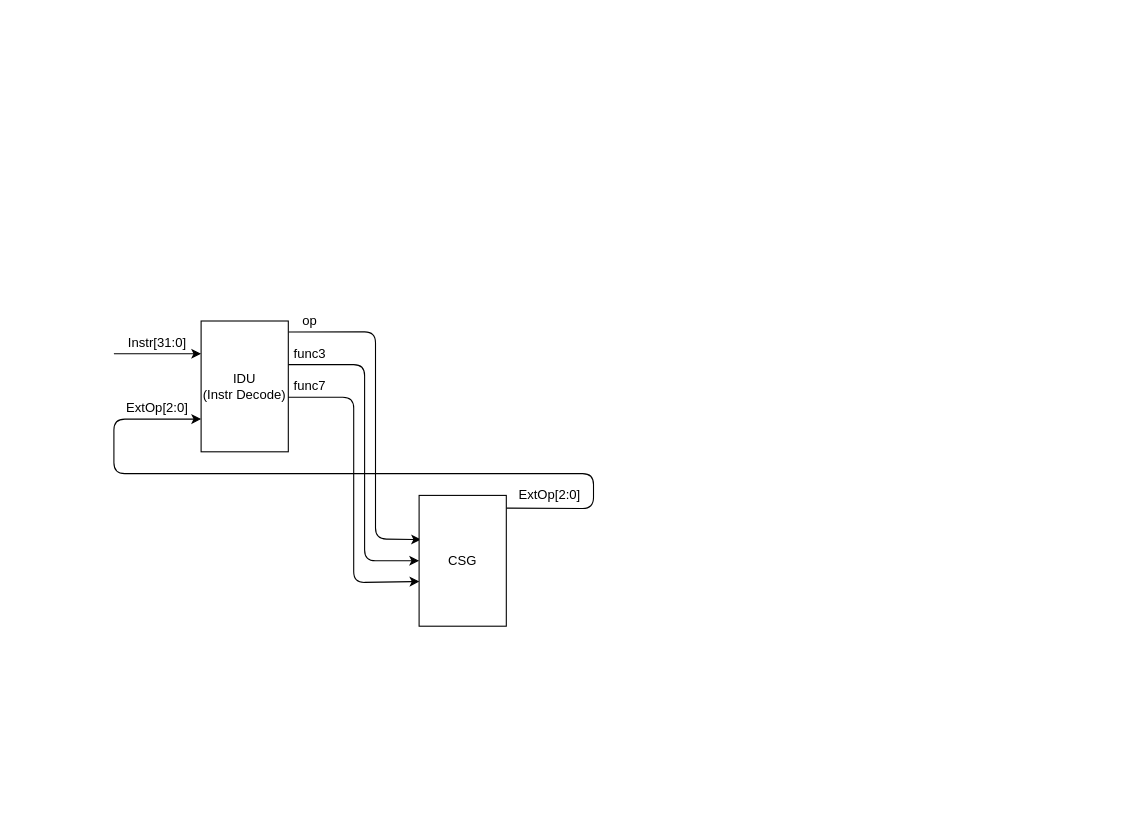
yHan234/ysyx-workbench keeps this draw.io diagram as npc/ArchGraph/arch.dio. Above is the earlier version. Source tidied: cells renumbered, new cells numbered last; positions are measured from the earlier drawing's top-left corner, leaving out a move shared by most shapes. Both pictures are drawn from the tidied source at 109%, with x=0, y=0 at pixel (113, 310).
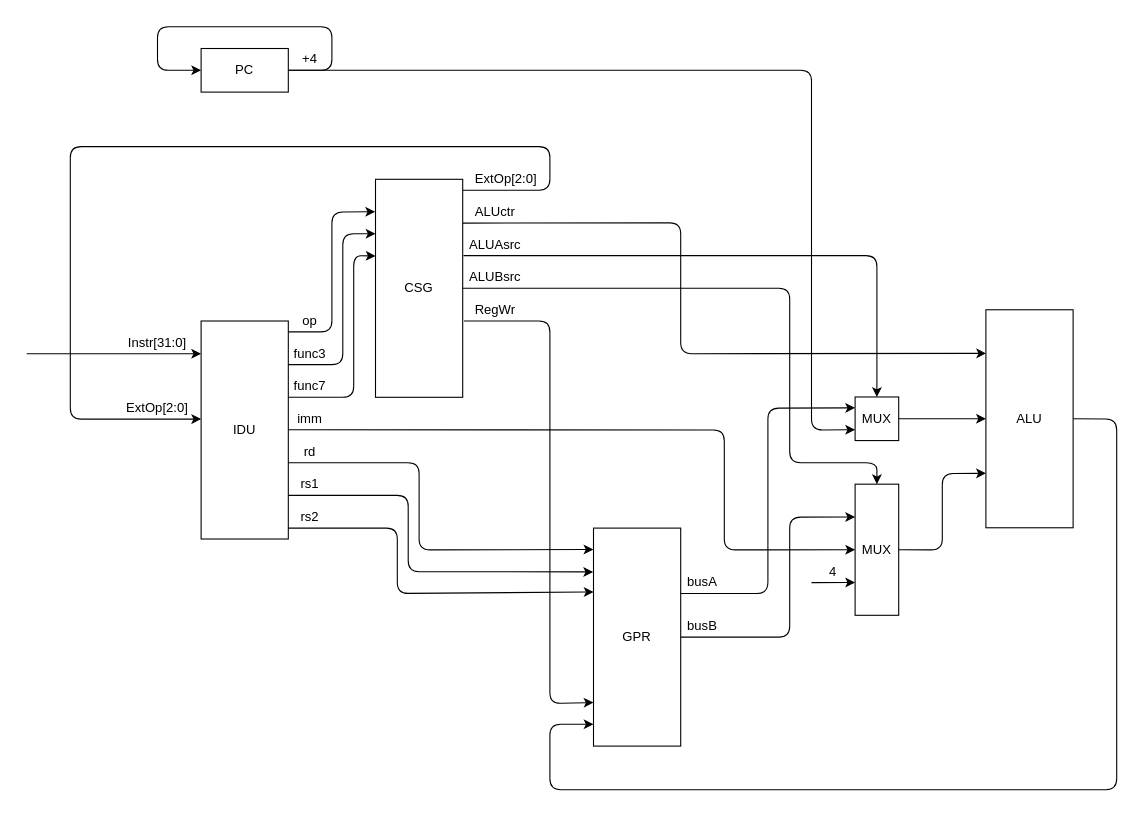
Above is the later version.

Unchanged cells that the change refers to:
```xml
<mxCell id="4" value="Instr[31:0]" style="text;html=1;strokeColor=none;fillColor=none;align=center;verticalAlign=middle;whiteSpace=wrap;rounded=0;" parent="1" vertex="1">
  <mxGeometry y="20" width="80" height="20" as="geometry" />
</mxCell>
<mxCell id="6" value="ExtOp[2:0]" style="text;html=1;strokeColor=none;fillColor=none;align=center;verticalAlign=middle;whiteSpace=wrap;rounded=0;" parent="1" vertex="1">
  <mxGeometry y="80" width="80" height="20" as="geometry" />
</mxCell>
<mxCell id="8" value="op" style="text;html=1;strokeColor=none;fillColor=none;align=center;verticalAlign=middle;whiteSpace=wrap;rounded=0;" parent="1" vertex="1">
  <mxGeometry x="160" width="40" height="20" as="geometry" />
</mxCell>
<mxCell id="10" value="func3" style="text;html=1;strokeColor=none;fillColor=none;align=center;verticalAlign=middle;whiteSpace=wrap;rounded=0;" parent="1" vertex="1">
  <mxGeometry x="160" y="30" width="40" height="20" as="geometry" />
</mxCell>
<mxCell id="12" value="func7" style="text;html=1;strokeColor=none;fillColor=none;align=center;verticalAlign=middle;whiteSpace=wrap;rounded=0;" parent="1" vertex="1">
  <mxGeometry x="160" y="60" width="40" height="20" as="geometry" />
</mxCell>
```

Change to the diagram source:
```diff
@@
-    <mxCell id="2" value="IDU&lt;br&gt;(Instr Decode)" style="rounded=0;whiteSpace=wrap;html=1;" parent="1" vertex="1">
-      <mxGeometry x="80" y="10" width="80" height="120" as="geometry" />
+    <mxCell id="2" value="IDU" style="rounded=0;whiteSpace=wrap;html=1;" parent="1" vertex="1">
+      <mxGeometry x="80" y="10" width="80" height="200" as="geometry" />
     </mxCell>
-    <mxCell id="3" style="endArrow=classic;html=1;entryX=0;entryY=0.25;entryDx=0;entryDy=0;" parent="1" edge="1" target="2">
+    <mxCell id="3" style="endArrow=classic;html=1;entryX=1;entryY=1;entryDx=0;entryDy=0;" parent="1" edge="1" target="4">
       <mxGeometry relative="1" as="geometry">
-        <mxPoint y="40" as="sourcePoint" />
+        <mxPoint x="-80" y="40" as="sourcePoint" />
       </mxGeometry>
     </mxCell>
@@
-    <mxCell id="5" style="endArrow=classic;html=1;entryX=0;entryY=0.25;entryDx=0;entryDy=0;exitX=1;exitY=0.097;exitDx=0;exitDy=0;exitPerimeter=0;" parent="1" edge="1" source="13">
+    <mxCell id="5" style="endArrow=classic;html=1;exitX=0;exitY=1;exitDx=0;exitDy=0;entryX=1;entryY=1;entryDx=0;entryDy=0;" parent="1" edge="1" source="14" target="6">
       <mxGeometry relative="1" as="geometry">
-        <mxPoint x="80" y="100" as="targetPoint" />
         <Array as="points">
-          <mxPoint x="440" y="182" />
-          <mxPoint x="440" y="150" />
-          <mxPoint y="150" />
-          <mxPoint y="100" />
+          <mxPoint x="400" y="-110" />
+          <mxPoint x="400" y="-150" />
+          <mxPoint x="-40" y="-150" />
+          <mxPoint x="-40" y="100" />
         </Array>
       </mxGeometry>
     </mxCell>
@@
-    <mxCell id="7" style="endArrow=classic;html=1;exitX=1.004;exitY=0.084;exitDx=0;exitDy=0;exitPerimeter=0;entryX=0.022;entryY=0.338;entryDx=0;entryDy=0;entryPerimeter=0;" parent="1" edge="1" source="2" target="13">
+    <mxCell id="7" style="endArrow=classic;html=1;exitX=0;exitY=1;exitDx=0;exitDy=0;entryX=-0.004;entryY=0.149;entryDx=0;entryDy=0;entryPerimeter=0;" parent="1" edge="1" source="8" target="13">
       <mxGeometry relative="1" as="geometry">
         <Array as="points">
-          <mxPoint x="240" y="20" />
-          <mxPoint x="240" y="210" />
+          <mxPoint x="200" y="20" />
+          <mxPoint x="200" y="-90" />
         </Array>
       </mxGeometry>
     </mxCell>
@@
-    <mxCell id="9" style="endArrow=classic;html=1;entryX=0;entryY=0.5;entryDx=0;entryDy=0;" parent="1" edge="1" target="13">
+    <mxCell id="9" style="endArrow=classic;html=1;entryX=0;entryY=0.25;entryDx=0;entryDy=0;exitX=0;exitY=1;exitDx=0;exitDy=0;" parent="1" edge="1" source="10" target="13">
       <mxGeometry relative="1" as="geometry">
-        <mxPoint x="160" y="50" as="sourcePoint" />
         <Array as="points">
-          <mxPoint x="230" y="50" />
-          <mxPoint x="230" y="230" />
+          <mxPoint x="210" y="50" />
+          <mxPoint x="210" y="-70" />
         </Array>
       </mxGeometry>
     </mxCell>
@@
-    <mxCell id="11" style="endArrow=classic;html=1;entryX=0.003;entryY=0.658;entryDx=0;entryDy=0;entryPerimeter=0;" parent="1" edge="1" target="13">
+    <mxCell id="11" style="endArrow=classic;html=1;entryX=0.001;entryY=0.352;entryDx=0;entryDy=0;entryPerimeter=0;exitX=0;exitY=1;exitDx=0;exitDy=0;" parent="1" edge="1" source="12" target="13">
       <mxGeometry relative="1" as="geometry">
-        <mxPoint x="160" y="80" as="sourcePoint" />
         <Array as="points">
           <mxPoint x="220" y="80" />
-          <mxPoint x="220" y="250" />
+          <mxPoint x="220" y="-50" />
         </Array>
       </mxGeometry>
     </mxCell>
@@
     <mxCell id="13" value="CSG" style="rounded=0;whiteSpace=wrap;html=1;" parent="1" vertex="1">
-      <mxGeometry x="280" y="170" width="80" height="120" as="geometry" />
+      <mxGeometry x="240" y="-120" width="80" height="200" as="geometry" />
     </mxCell>
     <mxCell id="14" value="ExtOp[2:0]" style="text;html=1;strokeColor=none;fillColor=none;align=center;verticalAlign=middle;whiteSpace=wrap;rounded=0;" parent="1" vertex="1">
-      <mxGeometry x="360" y="160" width="80" height="20" as="geometry" />
+      <mxGeometry x="320" y="-130" width="80" height="20" as="geometry" />
     </mxCell>
+    <mxCell id="15" style="endArrow=classic;html=1;exitX=1;exitY=0.5;exitDx=0;exitDy=0;entryX=-0.001;entryY=0.098;entryDx=0;entryDy=0;entryPerimeter=0;" parent="1" edge="1" target="30">
+      <mxGeometry relative="1" as="geometry">
+        <mxPoint x="160" y="140" as="sourcePoint" />
+        <Array as="points">
+          <mxPoint x="280" y="140" />
+          <mxPoint x="280" y="220" />
+        </Array>
+      </mxGeometry>
+    </mxCell>
+    <mxCell id="16" value="rd" style="text;html=1;strokeColor=none;fillColor=none;align=center;verticalAlign=middle;whiteSpace=wrap;rounded=0;" parent="1" vertex="1">
+      <mxGeometry x="160" y="120" width="40" height="20" as="geometry" />
+    </mxCell>
+    <mxCell id="17" style="endArrow=classic;html=1;exitX=0;exitY=1;exitDx=0;exitDy=0;entryX=-0.004;entryY=0.201;entryDx=0;entryDy=0;entryPerimeter=0;" parent="1" edge="1" source="18" target="30">
+      <mxGeometry relative="1" as="geometry">
+        <Array as="points">
+          <mxPoint x="270" y="170" />
+          <mxPoint x="270" y="240" />
+        </Array>
+      </mxGeometry>
+    </mxCell>
+    <mxCell id="18" value="rs1" style="text;html=1;strokeColor=none;fillColor=none;align=center;verticalAlign=middle;whiteSpace=wrap;rounded=0;" parent="1" vertex="1">
+      <mxGeometry x="160" y="150" width="40" height="20" as="geometry" />
+    </mxCell>
+    <mxCell id="19" style="endArrow=classic;html=1;exitX=0;exitY=1;exitDx=0;exitDy=0;entryX=0.001;entryY=0.293;entryDx=0;entryDy=0;entryPerimeter=0;" parent="1" edge="1" source="20" target="30">
+      <mxGeometry relative="1" as="geometry">
+        <Array as="points">
+          <mxPoint x="260" y="200" />
+          <mxPoint x="260" y="260" />
+        </Array>
+      </mxGeometry>
+    </mxCell>
+    <mxCell id="20" value="rs2" style="text;html=1;strokeColor=none;fillColor=none;align=center;verticalAlign=middle;whiteSpace=wrap;rounded=0;" parent="1" vertex="1">
+      <mxGeometry x="160" y="180" width="40" height="20" as="geometry" />
+    </mxCell>
+    <mxCell id="21" style="endArrow=classic;html=1;exitX=0;exitY=1;exitDx=0;exitDy=0;entryX=0;entryY=0.5;entryDx=0;entryDy=0;" parent="1" edge="1" source="22" target="38">
+      <mxGeometry relative="1" as="geometry">
+        <Array as="points">
+          <mxPoint x="560" y="110" />
+          <mxPoint x="560" y="220" />
+        </Array>
+      </mxGeometry>
+    </mxCell>
+    <mxCell id="22" value="imm" style="text;html=1;strokeColor=none;fillColor=none;align=center;verticalAlign=middle;whiteSpace=wrap;rounded=0;" parent="1" vertex="1">
+      <mxGeometry x="160" y="89.7" width="40" height="20" as="geometry" />
+    </mxCell>
+    <mxCell id="23" value="PC" style="rounded=0;whiteSpace=wrap;html=1;" parent="1" vertex="1">
+      <mxGeometry x="80" y="-240" width="80" height="40" as="geometry" />
+    </mxCell>
+    <mxCell id="24" style="endArrow=classic;html=1;exitX=1;exitY=0.5;exitDx=0;exitDy=0;entryX=0;entryY=0.5;entryDx=0;entryDy=0;" parent="1" edge="1" source="23" target="23">
+      <mxGeometry relative="1" as="geometry">
+        <Array as="points">
+          <mxPoint x="200" y="-220" />
+          <mxPoint x="200" y="-260" />
+          <mxPoint x="40" y="-260" />
+          <mxPoint x="40" y="-220" />
+        </Array>
+      </mxGeometry>
+    </mxCell>
+    <mxCell id="25" value="+4" style="text;html=1;strokeColor=none;fillColor=none;align=center;verticalAlign=middle;whiteSpace=wrap;rounded=0;" parent="1" vertex="1">
+      <mxGeometry x="160" y="-240" width="40" height="20" as="geometry" />
+    </mxCell>
+    <mxCell id="26" value="ALU" style="rounded=0;whiteSpace=wrap;html=1;" parent="1" vertex="1">
+      <mxGeometry x="800" y="-0.3" width="80" height="200" as="geometry" />
+    </mxCell>
+    <mxCell id="27" style="endArrow=classic;html=1;exitX=1.001;exitY=0.201;exitDx=0;exitDy=0;exitPerimeter=0;entryX=0.002;entryY=0.2;entryDx=0;entryDy=0;entryPerimeter=0;" parent="1" edge="1" source="13" target="26">
+      <mxGeometry relative="1" as="geometry">
+        <Array as="points">
+          <mxPoint x="520" y="-80" />
+          <mxPoint x="520" y="40" />
+        </Array>
+      </mxGeometry>
+    </mxCell>
+    <mxCell id="28" value="ALUctr" style="text;html=1;strokeColor=none;fillColor=none;align=center;verticalAlign=middle;whiteSpace=wrap;rounded=0;" parent="1" vertex="1">
+      <mxGeometry x="320" y="-100" width="60" height="20" as="geometry" />
+    </mxCell>
+    <mxCell id="29" value="MUX" style="rounded=0;whiteSpace=wrap;html=1;" parent="1" vertex="1">
+      <mxGeometry x="680" y="79.7" width="40" height="40" as="geometry" />
+    </mxCell>
+    <mxCell id="30" value="GPR" style="rounded=0;whiteSpace=wrap;html=1;" parent="1" vertex="1">
+      <mxGeometry x="440" y="200" width="80" height="200" as="geometry" />
+    </mxCell>
+    <mxCell id="31" style="endArrow=classic;html=1;exitX=0;exitY=1;exitDx=0;exitDy=0;entryX=0;entryY=0.25;entryDx=0;entryDy=0;" parent="1" edge="1" source="32" target="29">
+      <mxGeometry relative="1" as="geometry">
+        <Array as="points">
+          <mxPoint x="600" y="260" />
+          <mxPoint x="600" y="90" />
+        </Array>
+      </mxGeometry>
+    </mxCell>
+    <mxCell id="32" value="busA" style="text;html=1;strokeColor=none;fillColor=none;align=center;verticalAlign=middle;whiteSpace=wrap;rounded=0;" parent="1" vertex="1">
+      <mxGeometry x="520" y="240" width="40" height="20" as="geometry" />
+    </mxCell>
+    <mxCell id="33" style="endArrow=classic;html=1;exitX=0;exitY=1;exitDx=0;exitDy=0;entryX=0;entryY=0.75;entryDx=0;entryDy=0;" parent="1" edge="1" source="25" target="29">
+      <mxGeometry relative="1" as="geometry">
+        <Array as="points">
+          <mxPoint x="640" y="-220" />
+          <mxPoint x="640" y="110" />
+        </Array>
+      </mxGeometry>
+    </mxCell>
+    <mxCell id="34" style="endArrow=classic;html=1;entryX=0;entryY=0.5;entryDx=0;entryDy=0;exitX=1;exitY=0.5;exitDx=0;exitDy=0;" parent="1" edge="1" source="29" target="26">
+      <mxGeometry relative="1" as="geometry" />
+    </mxCell>
+    <mxCell id="35" style="endArrow=classic;html=1;exitX=1.009;exitY=0.35;exitDx=0;exitDy=0;exitPerimeter=0;entryX=0.5;entryY=0;entryDx=0;entryDy=0;" parent="1" edge="1" source="13" target="29">
+      <mxGeometry relative="1" as="geometry">
+        <Array as="points">
+          <mxPoint x="700" y="-50" />
+        </Array>
+      </mxGeometry>
+    </mxCell>
+    <mxCell id="36" value="ALUAsrc" style="text;html=1;strokeColor=none;fillColor=none;align=center;verticalAlign=middle;whiteSpace=wrap;rounded=0;" parent="1" vertex="1">
+      <mxGeometry x="320" y="-70" width="60" height="20" as="geometry" />
+    </mxCell>
+    <mxCell id="37" style="endArrow=classic;html=1;exitX=1;exitY=0.5;exitDx=0;exitDy=0;entryX=0;entryY=0.25;entryDx=0;entryDy=0;" parent="1" edge="1" source="30" target="38">
+      <mxGeometry relative="1" as="geometry">
+        <Array as="points">
+          <mxPoint x="620" y="300" />
+          <mxPoint x="620" y="190" />
+        </Array>
+      </mxGeometry>
+    </mxCell>
+    <mxCell id="38" value="MUX" style="rounded=0;whiteSpace=wrap;html=1;" parent="1" vertex="1">
+      <mxGeometry x="680" y="159.7" width="40" height="120.3" as="geometry" />
+    </mxCell>
+    <mxCell id="39" value="busB" style="text;html=1;strokeColor=none;fillColor=none;align=center;verticalAlign=middle;whiteSpace=wrap;rounded=0;" parent="1" vertex="1">
+      <mxGeometry x="520" y="280" width="40" height="20" as="geometry" />
+    </mxCell>
+    <mxCell id="40" style="endArrow=classic;html=1;exitX=1;exitY=0.5;exitDx=0;exitDy=0;entryX=0.5;entryY=0;entryDx=0;entryDy=0;" parent="1" edge="1" source="13" target="38">
+      <mxGeometry relative="1" as="geometry">
+        <Array as="points">
+          <mxPoint x="620" y="-20" />
+          <mxPoint x="620" y="140" />
+          <mxPoint x="700" y="140" />
+        </Array>
+      </mxGeometry>
+    </mxCell>
+    <mxCell id="41" value="ALUBsrc" style="text;html=1;strokeColor=none;fillColor=none;align=center;verticalAlign=middle;whiteSpace=wrap;rounded=0;" parent="1" vertex="1">
+      <mxGeometry x="320" y="-40" width="60" height="20" as="geometry" />
+    </mxCell>
+    <mxCell id="42" style="endArrow=classic;html=1;exitX=1;exitY=0.5;exitDx=0;exitDy=0;entryX=0;entryY=0.75;entryDx=0;entryDy=0;" parent="1" edge="1" source="38" target="26">
+      <mxGeometry relative="1" as="geometry">
+        <Array as="points">
+          <mxPoint x="760" y="220" />
+          <mxPoint x="760" y="150" />
+        </Array>
+      </mxGeometry>
+    </mxCell>
+    <mxCell id="43" style="endArrow=classic;html=1;entryX=0;entryY=0.75;entryDx=0;entryDy=0;" parent="1" edge="1" target="38">
+      <mxGeometry relative="1" as="geometry">
+        <mxPoint x="640" y="250" as="sourcePoint" />
+      </mxGeometry>
+    </mxCell>
+    <mxCell id="44" value="4" style="text;html=1;strokeColor=none;fillColor=none;align=center;verticalAlign=middle;whiteSpace=wrap;rounded=0;" parent="1" vertex="1">
+      <mxGeometry x="640" y="230" width="40" height="20" as="geometry" />
+    </mxCell>
+    <mxCell id="45" style="endArrow=classic;html=1;exitX=1;exitY=0.5;exitDx=0;exitDy=0;" parent="1" edge="1" source="26">
+      <mxGeometry relative="1" as="geometry">
+        <mxPoint x="440" y="380" as="targetPoint" />
+        <Array as="points">
+          <mxPoint x="920" y="100" />
+          <mxPoint x="920" y="440" />
+          <mxPoint x="400" y="440" />
+          <mxPoint x="400" y="380" />
+        </Array>
+      </mxGeometry>
+    </mxCell>
+    <mxCell id="46" style="endArrow=classic;html=1;exitX=1.014;exitY=0.65;exitDx=0;exitDy=0;exitPerimeter=0;" parent="1" edge="1" source="13">
+      <mxGeometry relative="1" as="geometry">
+        <mxPoint x="440" y="360" as="targetPoint" />
+        <Array as="points">
+          <mxPoint x="400" y="10" />
+          <mxPoint x="400" y="361" />
+        </Array>
+      </mxGeometry>
+    </mxCell>
+    <mxCell id="47" value="RegWr" style="text;html=1;strokeColor=none;fillColor=none;align=center;verticalAlign=middle;whiteSpace=wrap;rounded=0;" parent="1" vertex="1">
+      <mxGeometry x="320" y="-10" width="60" height="20" as="geometry" />
+    </mxCell>
```
